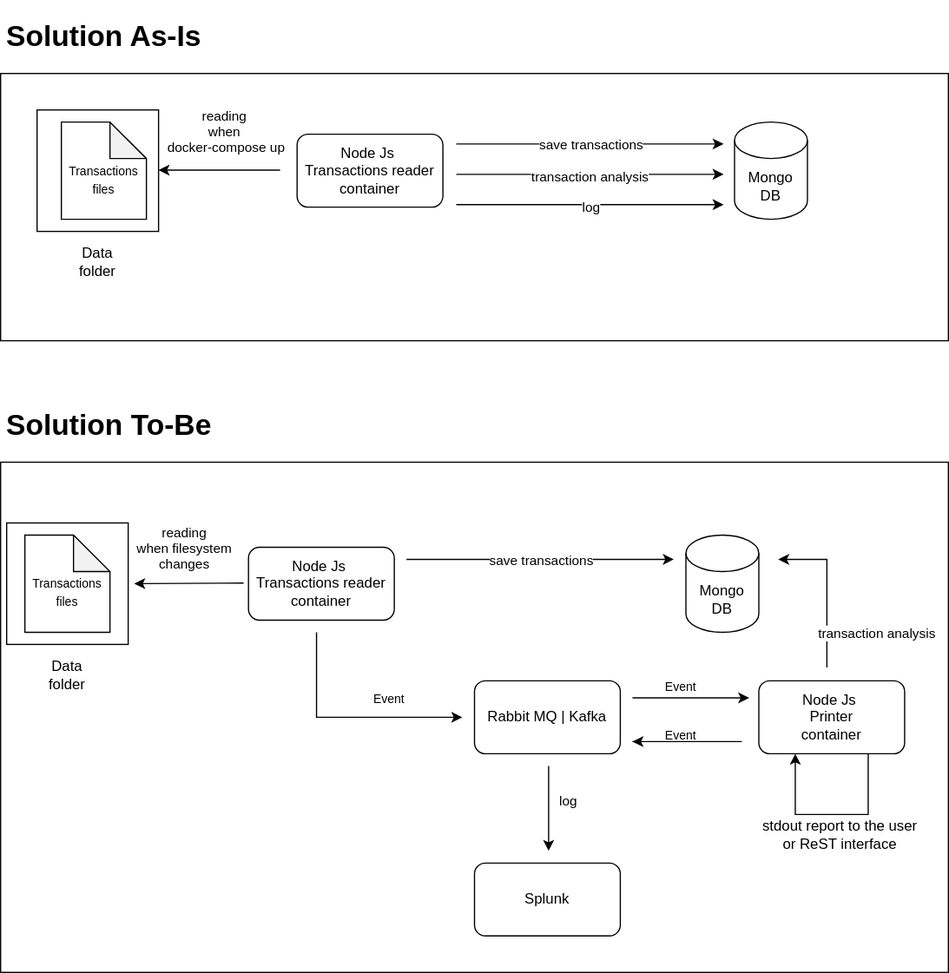
This is IMG/solution-kr.svg from cardano-on-the-road/crypto-payments-test, a draw.io export, as it was before one commit. Source tidied: cells renumbered, new cells last; positions are measured from the earlier drawing's top-left corner, leaving out a move shared by most shapes.
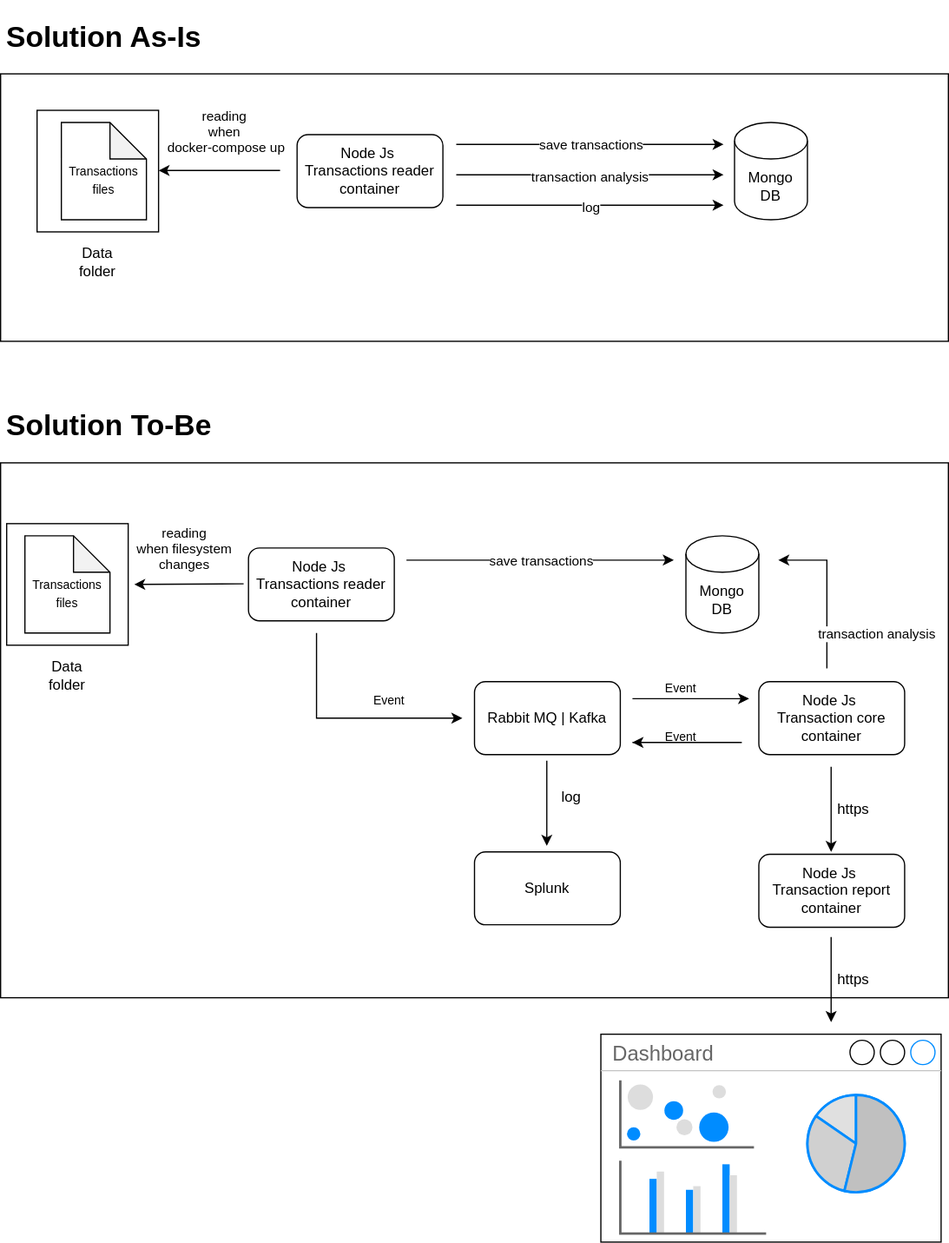
The same file after the commit.

What changed in the source:
```diff
@@ -3,7 +3,7 @@
     <mxCell id="0" />
     <mxCell id="1" parent="0" />
     <mxCell id="2" style="rounded=0;whiteSpace=wrap;html=1;" parent="1" vertex="1">
-      <mxGeometry y="370" width="780" height="420" as="geometry" />
+      <mxGeometry y="370" width="780" height="440" as="geometry" />
     </mxCell>
     <mxCell id="3" style="whiteSpace=wrap;html=1;" parent="1" vertex="1">
       <mxGeometry x="5" y="420" width="100" height="100" as="geometry" />
@@ -42,19 +42,6 @@
         <mxPoint x="62" y="1" as="offset" />
       </mxGeometry>
     </mxCell>
-    <mxCell id="12" style="endArrow=classic;html=1;rounded=0;exitX=0.75;exitY=1;exitDx=0;exitDy=0;entryX=0.25;entryY=1;entryDx=0;entryDy=0;" parent="1" edge="1">
-      <mxGeometry relative="1" as="geometry">
-        <mxPoint x="714" y="610" as="sourcePoint" />
-        <mxPoint x="654" y="610" as="targetPoint" />
-        <Array as="points">
-          <mxPoint x="714" y="660" />
-          <mxPoint x="654" y="660" />
-        </Array>
-      </mxGeometry>
-    </mxCell>
-    <mxCell id="13" value="stdout report to the user&lt;br&gt;or ReST interface" style="text;html=1;strokeColor=none;fillColor=none;align=center;verticalAlign=middle;whiteSpace=wrap;rounded=0;" parent="1" vertex="1">
-      <mxGeometry x="606" y="662" width="170" height="30" as="geometry" />
-    </mxCell>
     <mxCell id="14" value="&lt;h1&gt;Solution As-Is&lt;/h1&gt;" style="text;html=1;strokeColor=none;fillColor=none;spacing=5;spacingTop=-20;whiteSpace=wrap;overflow=hidden;rounded=0;" parent="1" vertex="1">
       <mxGeometry width="460" height="40" as="geometry" />
     </mxCell>
@@ -73,12 +60,12 @@
       <mxGeometry x="204" y="440" width="120" height="60" as="geometry" />
     </mxCell>
     <mxCell id="18" value="Splunk" style="rounded=1;whiteSpace=wrap;html=1;" parent="1" vertex="1">
-      <mxGeometry x="390" y="700" width="120" height="60" as="geometry" />
+      <mxGeometry x="390" y="690" width="120" height="60" as="geometry" />
     </mxCell>
     <mxCell id="19" value="Mongo &lt;br&gt;DB" style="shape=cylinder3;whiteSpace=wrap;html=1;boundedLbl=1;backgroundOutline=1;size=15;" parent="1" vertex="1">
       <mxGeometry x="564" y="430" width="60" height="80" as="geometry" />
     </mxCell>
-    <mxCell id="20" value="Node Js&amp;nbsp;&lt;br&gt;Printer&lt;br&gt;container" style="rounded=1;whiteSpace=wrap;html=1;" parent="1" vertex="1">
+    <mxCell id="20" value="Node Js&amp;nbsp;&lt;br&gt;Transaction core&lt;br&gt;container" style="rounded=1;whiteSpace=wrap;html=1;" parent="1" vertex="1">
       <mxGeometry x="624" y="550" width="120" height="60" as="geometry" />
     </mxCell>
     <mxCell id="21" value="&lt;font style=&quot;font-size: 10px&quot;&gt;&lt;br&gt;Transactions&lt;br&gt;files&lt;br&gt;&lt;/font&gt;" style="shape=note;whiteSpace=wrap;html=1;backgroundOutline=1;darkOpacity=0.05;" parent="1" vertex="1">
@@ -132,11 +119,11 @@
     </mxCell>
     <mxCell id="31" style="endArrow=classic;html=1;rounded=0;fontSize=10;" parent="1" edge="1">
       <mxGeometry relative="1" as="geometry">
-        <mxPoint x="451" y="620" as="sourcePoint" />
-        <mxPoint x="451" y="690" as="targetPoint" />
+        <mxPoint x="449.5" y="615" as="sourcePoint" />
+        <mxPoint x="449.5" y="685" as="targetPoint" />
         <Array as="points">
-          <mxPoint x="451" y="650" />
-          <mxPoint x="451" y="660" />
+          <mxPoint x="449.5" y="645" />
+          <mxPoint x="449.5" y="655" />
         </Array>
       </mxGeometry>
     </mxCell>
@@ -149,11 +136,6 @@
         </Array>
       </mxGeometry>
     </mxCell>
-    <mxCell id="33" value="log" style="edgeLabel;html=1;align=center;verticalAlign=middle;" parent="1" vertex="1">
-      <mxGeometry x="480" y="650" as="geometry">
-        <mxPoint x="-14" y="-2" as="offset" />
-      </mxGeometry>
-    </mxCell>
     <mxCell id="34" style="endArrow=classic;html=1;rounded=0;fontSize=10;" parent="1" edge="1">
       <mxGeometry relative="1" as="geometry">
         <mxPoint x="520" y="600" as="sourcePoint" />
@@ -195,5 +177,49 @@
     <mxCell id="42" value="Data folder" style="text;html=1;strokeColor=none;fillColor=none;align=center;verticalAlign=middle;whiteSpace=wrap;rounded=0;" parent="1" vertex="1">
       <mxGeometry x="25" y="530" width="60" height="30" as="geometry" />
     </mxCell>
+    <mxCell id="43" value="Node Js&amp;nbsp;&lt;br&gt;Transaction report&lt;br&gt;container" style="rounded=1;whiteSpace=wrap;html=1;" parent="1" vertex="1">
+      <mxGeometry x="624" y="692" width="120" height="60" as="geometry" />
+    </mxCell>
+    <mxCell id="44" style="endArrow=classic;html=1;rounded=0;fontSize=10;" parent="1" edge="1">
+      <mxGeometry relative="1" as="geometry">
+        <mxPoint x="683.5" y="620" as="sourcePoint" />
+        <mxPoint x="683.5" y="690" as="targetPoint" />
+        <Array as="points">
+          <mxPoint x="683.5" y="650" />
+          <mxPoint x="683.5" y="660" />
+        </Array>
+      </mxGeometry>
+    </mxCell>
+    <mxCell id="33" value="log" style="text;html=1;strokeColor=none;fillColor=none;align=center;verticalAlign=middle;whiteSpace=wrap;rounded=0;" parent="1" vertex="1">
+      <mxGeometry x="440" y="630" width="60" height="30" as="geometry" />
+    </mxCell>
+    <mxCell id="45" value="https" style="text;html=1;strokeColor=none;fillColor=none;align=center;verticalAlign=middle;whiteSpace=wrap;rounded=0;" parent="1" vertex="1">
+      <mxGeometry x="672" y="640" width="60" height="30" as="geometry" />
+    </mxCell>
+    <mxCell id="46" style="endArrow=classic;html=1;rounded=0;fontSize=10;" parent="1" edge="1">
+      <mxGeometry relative="1" as="geometry">
+        <mxPoint x="683.5" y="760" as="sourcePoint" />
+        <mxPoint x="683.5" y="830" as="targetPoint" />
+        <Array as="points">
+          <mxPoint x="683.5" y="790" />
+          <mxPoint x="683.5" y="800" />
+        </Array>
+      </mxGeometry>
+    </mxCell>
+    <mxCell id="47" value="https" style="text;html=1;strokeColor=none;fillColor=none;align=center;verticalAlign=middle;whiteSpace=wrap;rounded=0;" parent="1" vertex="1">
+      <mxGeometry x="672" y="780" width="60" height="30" as="geometry" />
+    </mxCell>
+    <mxCell id="48" value="Dashboard" style="strokeWidth=1;shadow=0;dashed=0;align=center;html=1;shape=mxgraph.mockup.containers.window;align=left;verticalAlign=top;spacingLeft=8;strokeColor2=#008cff;strokeColor3=#c4c4c4;fontColor=#666666;mainText=;fontSize=17;labelBackgroundColor=none;" parent="1" vertex="1">
+      <mxGeometry x="494" y="840" width="280" height="171" as="geometry" />
+    </mxCell>
+    <mxCell id="49" style="verticalLabelPosition=bottom;shadow=0;dashed=0;align=center;html=1;verticalAlign=top;strokeWidth=1;shape=mxgraph.mockup.graphics.pieChart;strokeColor=#008cff;parts=10,20,35;partColors=#e0e0e0,#d0d0d0,#c0c0c0,#b0b0b0,#a0a0a0;strokeWidth=2;" parent="1" vertex="1">
+      <mxGeometry x="664" y="890" width="80" height="80" as="geometry" />
+    </mxCell>
+    <mxCell id="50" style="verticalLabelPosition=bottom;shadow=0;dashed=0;align=center;html=1;verticalAlign=top;strokeWidth=1;shape=mxgraph.mockup.graphics.columnChart;strokeColor=none;strokeColor2=none;strokeColor3=#666666;fillColor2=#008cff;fillColor3=#dddddd;" parent="1" vertex="1">
+      <mxGeometry x="510" y="944" width="120" height="60" as="geometry" />
+    </mxCell>
+    <mxCell id="51" style="verticalLabelPosition=bottom;shadow=0;dashed=0;align=center;html=1;verticalAlign=top;strokeWidth=1;shape=mxgraph.mockup.graphics.bubbleChart;strokeColor=none;strokeColor2=none;strokeColor3=#666666;fillColor2=#008cff;fillColor3=#dddddd;" parent="1" vertex="1">
+      <mxGeometry x="510" y="878" width="110" height="55" as="geometry" />
+    </mxCell>
   </root>
 </mxGraphModel>
```
